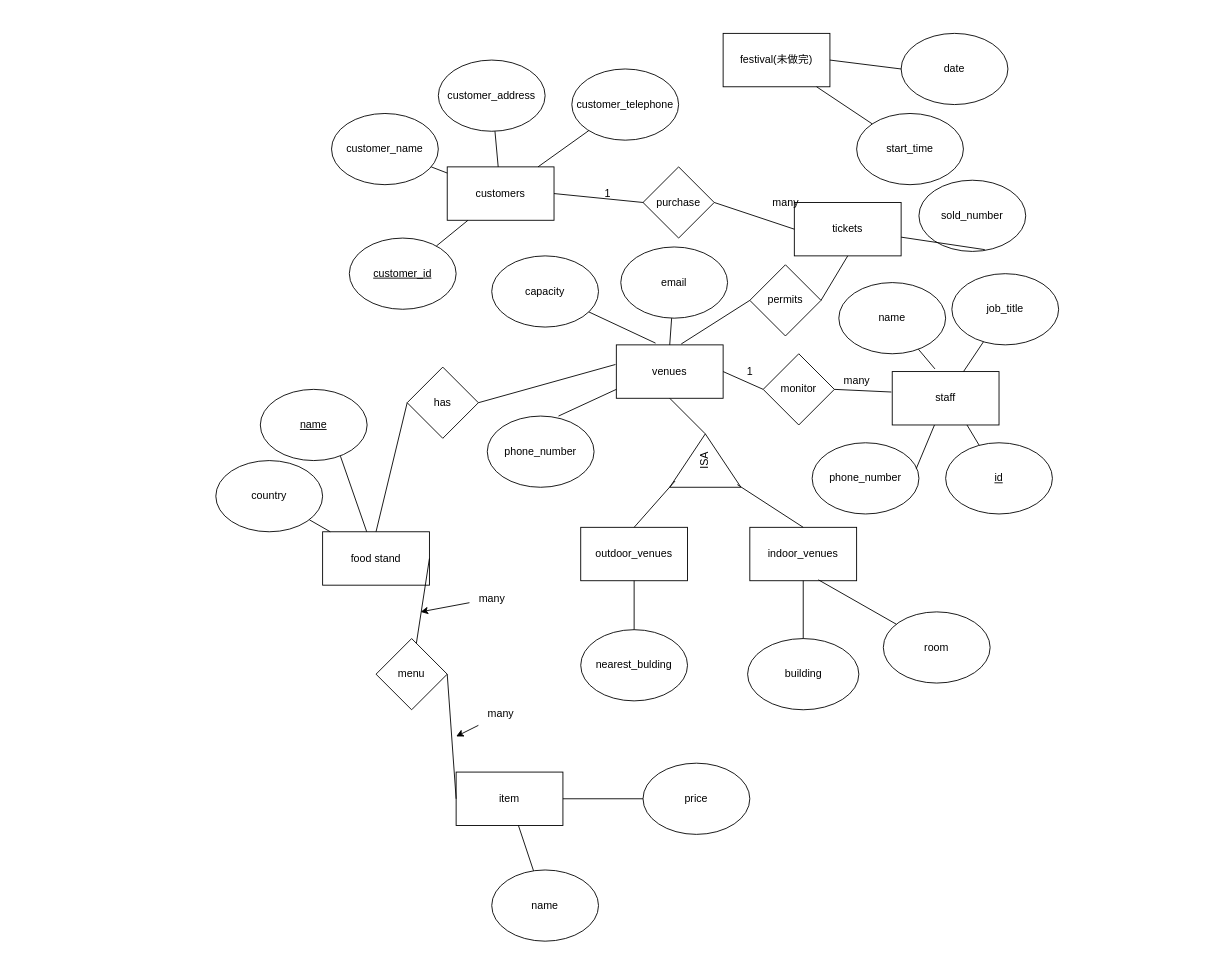
Earlier version of the draw.io diagram dataweek1.drawio (clostea/draw). Source tidied: cells renumbered, new cells numbered last; positions are measured from the earlier drawing's top-left corner, leaving out a move shared by most shapes. Both pictures are drawn from the tidied source at 89%, with x=0, y=0 at pixel (215, 33).
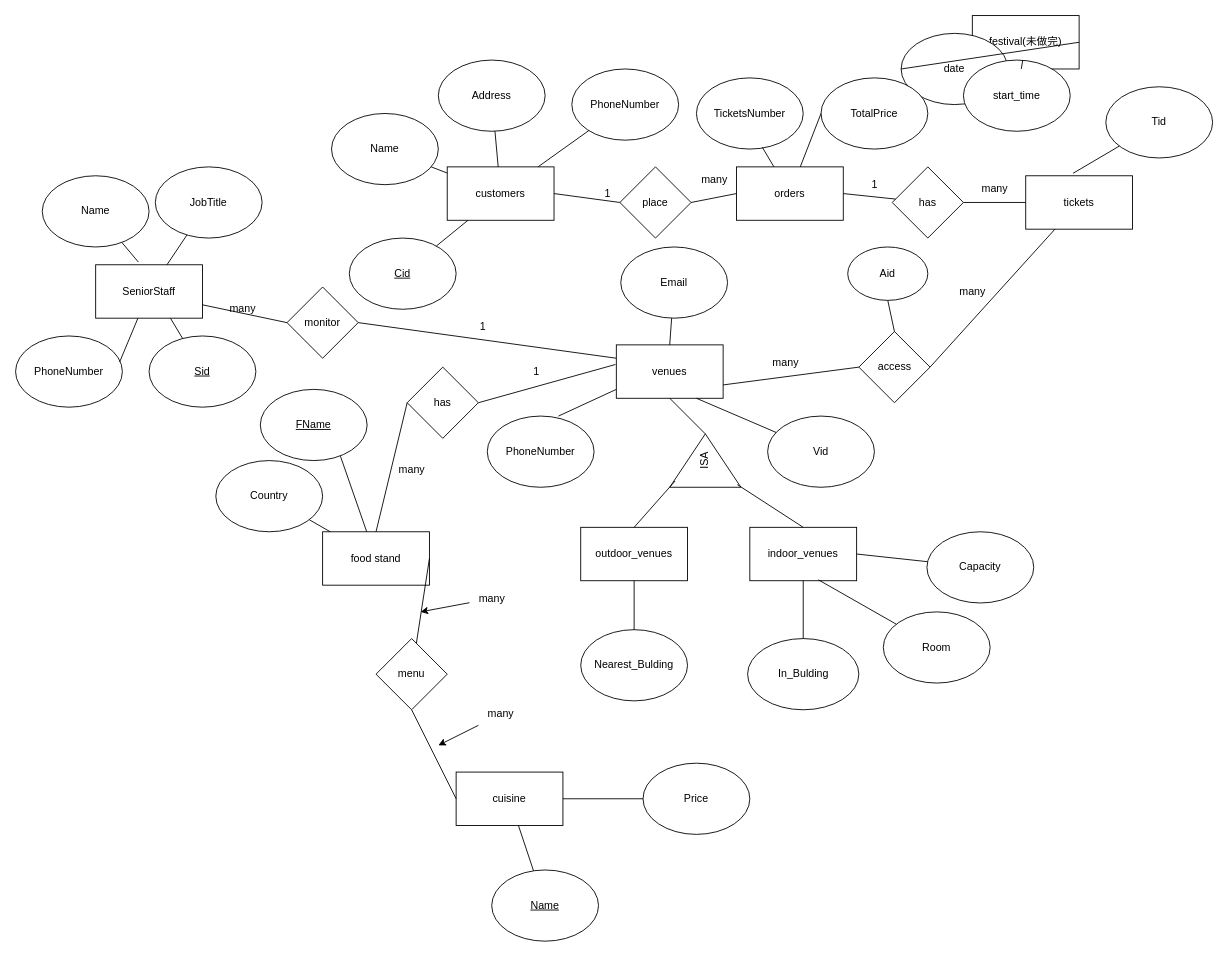
Above is the later version.

The change refers to these unchanged cells:
```xml
<mxCell id="5" value="venues" style="rounded=0;whiteSpace=wrap;html=1;" parent="1" vertex="1">
  <mxGeometry x="450" y="350" width="120" height="60" as="geometry" />
</mxCell>
<mxCell id="28" value="menu" style="rhombus;whiteSpace=wrap;html=1;" parent="1" vertex="1">
  <mxGeometry x="180" y="680" width="80" height="80" as="geometry" />
</mxCell>
<mxCell id="40" value="many" style="text;html=1;align=center;verticalAlign=middle;points=[];strokeColor=none;fillColor=none;" parent="1" vertex="1">
  <mxGeometry x="295" y="750" width="50" height="30" as="geometry" />
</mxCell>
<mxCell id="50" value="indoor_venues" style="rounded=0;whiteSpace=wrap;html=1;" parent="1" vertex="1">
  <mxGeometry x="600" y="555" width="120" height="60" as="geometry" />
</mxCell>
```

Diff of the diagram source:
```diff
@@
-    <mxCell id="3" value="tickets" style="rounded=0;whiteSpace=wrap;html=1;" parent="1" vertex="1">
-      <mxGeometry x="650" y="190" width="120" height="60" as="geometry" />
+    <mxCell id="3" value="orders" style="rounded=0;whiteSpace=wrap;html=1;" parent="1" vertex="1">
+      <mxGeometry x="585" y="150" width="120" height="60" as="geometry" />
     </mxCell>
@@
-    <mxCell id="6" value="customer_name" style="ellipse;whiteSpace=wrap;html=1;" parent="1" vertex="1">
+    <mxCell id="6" value="Name" style="ellipse;whiteSpace=wrap;html=1;" parent="1" vertex="1">
       <mxGeometry x="130" y="90" width="120" height="80" as="geometry" />
     </mxCell>
-    <mxCell id="7" value="customer_address" style="ellipse;whiteSpace=wrap;html=1;" parent="1" vertex="1">
+    <mxCell id="7" value="Address" style="ellipse;whiteSpace=wrap;html=1;" parent="1" vertex="1">
       <mxGeometry x="250" y="30" width="120" height="80" as="geometry" />
     </mxCell>
-    <mxCell id="8" value="customer_telephone" style="ellipse;whiteSpace=wrap;html=1;" parent="1" vertex="1">
+    <mxCell id="8" value="PhoneNumber" style="ellipse;whiteSpace=wrap;html=1;" parent="1" vertex="1">
       <mxGeometry x="400" y="40" width="120" height="80" as="geometry" />
     </mxCell>
-    <mxCell id="9" value="item" style="rounded=0;whiteSpace=wrap;html=1;" parent="1" vertex="1">
+    <mxCell id="9" value="cuisine" style="rounded=0;whiteSpace=wrap;html=1;" parent="1" vertex="1">
       <mxGeometry x="270" y="830" width="120" height="60" as="geometry" />
     </mxCell>
-    <mxCell id="10" value="price" style="ellipse;whiteSpace=wrap;html=1;" parent="1" vertex="1">
+    <mxCell id="10" value="Price" style="ellipse;whiteSpace=wrap;html=1;" parent="1" vertex="1">
       <mxGeometry x="480" y="820" width="120" height="80" as="geometry" />
     </mxCell>
-    <mxCell id="11" value="&lt;u&gt;customer_id&lt;/u&gt;" style="ellipse;whiteSpace=wrap;html=1;" parent="1" vertex="1">
+    <mxCell id="11" value="&lt;u&gt;Cid&lt;/u&gt;" style="ellipse;whiteSpace=wrap;html=1;" parent="1" vertex="1">
       <mxGeometry x="150" y="230" width="120" height="80" as="geometry" />
     </mxCell>
-    <mxCell id="12" value="sold_number" style="ellipse;whiteSpace=wrap;html=1;" parent="1" vertex="1">
-      <mxGeometry x="790" y="165" width="120" height="80" as="geometry" />
+    <mxCell id="12" value="TicketsNumber" style="ellipse;whiteSpace=wrap;html=1;" parent="1" vertex="1">
+      <mxGeometry x="540" y="50" width="120" height="80" as="geometry" />
     </mxCell>
@@
-    <mxCell id="19" value="purchase" style="rhombus;whiteSpace=wrap;html=1;" parent="1" vertex="1">
-      <mxGeometry x="480" y="150" width="80" height="80" as="geometry" />
+    <mxCell id="19" value="place" style="rhombus;whiteSpace=wrap;html=1;" parent="1" vertex="1">
+      <mxGeometry x="454" y="150" width="80" height="80" as="geometry" />
     </mxCell>
@@
     <mxCell id="23" value="many" style="text;html=1;align=center;verticalAlign=middle;strokeColor=none;fillColor=none;" parent="1" vertex="1">
-      <mxGeometry x="615" y="175" width="50" height="30" as="geometry" />
+      <mxGeometry x="535" y="150" width="50" height="30" as="geometry" />
     </mxCell>
-    <mxCell id="24" value="&lt;u&gt;name&lt;/u&gt;" style="ellipse;whiteSpace=wrap;html=1;" parent="1" vertex="1">
+    <mxCell id="24" value="&lt;u&gt;FName&lt;/u&gt;" style="ellipse;whiteSpace=wrap;html=1;" parent="1" vertex="1">
       <mxGeometry x="50" y="400" width="120" height="80" as="geometry" />
     </mxCell>
@@
-    <mxCell id="26" value="country" style="ellipse;whiteSpace=wrap;html=1;" parent="1" vertex="1">
+    <mxCell id="26" value="Country" style="ellipse;whiteSpace=wrap;html=1;" parent="1" vertex="1">
       <mxGeometry y="480" width="120" height="80" as="geometry" />
     </mxCell>
@@
-    <mxCell id="30" style="endArrow=none;html=1;rounded=0;entryX=0;entryY=0.5;entryDx=0;entryDy=0;exitX=1;exitY=0.5;exitDx=0;exitDy=0;" parent="1" edge="1" source="28" target="9">
+    <mxCell id="30" style="endArrow=none;html=1;rounded=0;entryX=0;entryY=0.5;entryDx=0;entryDy=0;exitX=0.5;exitY=1;exitDx=0;exitDy=0;" parent="1" edge="1" source="28" target="9">
       <mxGeometry relative="1" as="geometry" />
     </mxCell>
-    <mxCell id="31" value="permits" style="rhombus;whiteSpace=wrap;html=1;" parent="1" vertex="1">
-      <mxGeometry x="600" y="260" width="80" height="80" as="geometry" />
-    </mxCell>
-    <mxCell id="32" style="endArrow=none;html=1;rounded=0;entryX=0.5;entryY=1;entryDx=0;entryDy=0;exitX=1;exitY=0.5;exitDx=0;exitDy=0;" parent="1" edge="1" source="31" target="3">
-      <mxGeometry relative="1" as="geometry" />
-    </mxCell>
-    <mxCell id="33" style="endArrow=none;html=1;rounded=0;entryX=0;entryY=0.5;entryDx=0;entryDy=0;exitX=0.608;exitY=-0.017;exitDx=0;exitDy=0;exitPerimeter=0;" parent="1" edge="1" source="5" target="31">
-      <mxGeometry relative="1" as="geometry" />
-    </mxCell>
@@
     <mxCell id="39" style="edgeStyle=none;rounded=0;jettySize=auto;html=1;" parent="1" edge="1" source="40">
       <mxGeometry relative="1" as="geometry">
-        <mxPoint x="270" y="790" as="targetPoint" />
+        <mxPoint x="250" y="800" as="targetPoint" />
       </mxGeometry>
     </mxCell>
@@
-    <mxCell id="41" value="capacity" style="ellipse;whiteSpace=wrap;html=1;" parent="1" vertex="1">
-      <mxGeometry x="310" y="250" width="120" height="80" as="geometry" />
+    <mxCell id="41" value="Capacity" style="ellipse;whiteSpace=wrap;html=1;" parent="1" vertex="1">
+      <mxGeometry x="799" y="560" width="120" height="80" as="geometry" />
     </mxCell>
-    <mxCell id="42" style="endArrow=none;html=1;rounded=0;entryX=0.367;entryY=-0.033;entryDx=0;entryDy=0;entryPerimeter=0;" parent="1" edge="1" source="41" target="5">
+    <mxCell id="42" style="endArrow=none;html=1;rounded=0;entryX=1;entryY=0.5;entryDx=0;entryDy=0;" parent="1" edge="1" source="41" target="50">
       <mxGeometry relative="1" as="geometry" />
     </mxCell>
-    <mxCell id="43" value="phone_number" style="ellipse;whiteSpace=wrap;html=1;" parent="1" vertex="1">
+    <mxCell id="43" value="PhoneNumber" style="ellipse;whiteSpace=wrap;html=1;" parent="1" vertex="1">
       <mxGeometry x="305" y="430" width="120" height="80" as="geometry" />
     </mxCell>
@@
-    <mxCell id="45" value="email" style="ellipse;whiteSpace=wrap;html=1;" parent="1" vertex="1">
+    <mxCell id="45" value="Email" style="ellipse;whiteSpace=wrap;html=1;" parent="1" vertex="1">
       <mxGeometry x="455" y="240" width="120" height="80" as="geometry" />
     </mxCell>
@@
-    <mxCell id="53" value="building" style="ellipse;whiteSpace=wrap;html=1;rounded=0;" parent="1" vertex="1">
+    <mxCell id="53" value="In_Bulding" style="ellipse;whiteSpace=wrap;html=1;rounded=0;" parent="1" vertex="1">
       <mxGeometry x="597.5" y="680" width="125" height="80" as="geometry" />
     </mxCell>
-    <mxCell id="54" value="room" style="ellipse;whiteSpace=wrap;html=1;" parent="1" vertex="1">
+    <mxCell id="54" value="Room" style="ellipse;whiteSpace=wrap;html=1;" parent="1" vertex="1">
       <mxGeometry x="750" y="650" width="120" height="80" as="geometry" />
     </mxCell>
@@
-    <mxCell id="57" value="nearest_bulding" style="ellipse;whiteSpace=wrap;html=1;" parent="1" vertex="1">
+    <mxCell id="57" value="Nearest_Bulding" style="ellipse;whiteSpace=wrap;html=1;" parent="1" vertex="1">
       <mxGeometry x="410" y="670" width="120" height="80" as="geometry" />
     </mxCell>
@@
-    <mxCell id="59" value="staff" style="rounded=0;whiteSpace=wrap;html=1;" parent="1" vertex="1">
-      <mxGeometry x="760" y="380" width="120" height="60" as="geometry" />
+    <mxCell id="59" value="SeniorStaff" style="rounded=0;whiteSpace=wrap;html=1;" parent="1" vertex="1">
+      <mxGeometry x="-135" y="260" width="120" height="60" as="geometry" />
     </mxCell>
-    <mxCell id="60" value="phone_number" style="ellipse;whiteSpace=wrap;html=1;" parent="1" vertex="1">
-      <mxGeometry x="670" y="460" width="120" height="80" as="geometry" />
+    <mxCell id="60" value="PhoneNumber" style="ellipse;whiteSpace=wrap;html=1;" parent="1" vertex="1">
+      <mxGeometry x="-225" y="340" width="120" height="80" as="geometry" />
     </mxCell>
-    <mxCell id="61" value="&lt;u&gt;id&lt;/u&gt;" style="ellipse;whiteSpace=wrap;html=1;" parent="1" vertex="1">
-      <mxGeometry x="820" y="460" width="120" height="80" as="geometry" />
+    <mxCell id="61" value="&lt;u&gt;Sid&lt;/u&gt;" style="ellipse;whiteSpace=wrap;html=1;" parent="1" vertex="1">
+      <mxGeometry x="-75" y="340" width="120" height="80" as="geometry" />
     </mxCell>
-    <mxCell id="62" value="name" style="ellipse;whiteSpace=wrap;html=1;" parent="1" vertex="1">
-      <mxGeometry x="700" y="280" width="120" height="80" as="geometry" />
+    <mxCell id="62" value="Name" style="ellipse;whiteSpace=wrap;html=1;" parent="1" vertex="1">
+      <mxGeometry x="-195" y="160" width="120" height="80" as="geometry" />
     </mxCell>
     <mxCell id="63" value="monitor" style="rhombus;whiteSpace=wrap;html=1;" parent="1" vertex="1">
-      <mxGeometry x="615" y="360" width="80" height="80" as="geometry" />
+      <mxGeometry x="80" y="285" width="80" height="80" as="geometry" />
     </mxCell>
-    <mxCell id="64" style="endArrow=none;html=1;rounded=0;entryX=0;entryY=0.5;entryDx=0;entryDy=0;exitX=1;exitY=0.5;exitDx=0;exitDy=0;" parent="1" edge="1" source="5" target="63">
-      <mxGeometry relative="1" as="geometry" />
-    </mxCell>
-    <mxCell id="65" style="endArrow=none;html=1;rounded=0;entryX=-0.008;entryY=0.383;entryDx=0;entryDy=0;entryPerimeter=0;exitX=1;exitY=0.5;exitDx=0;exitDy=0;" parent="1" edge="1" source="63" target="59">
-      <mxGeometry relative="1" as="geometry" />
-    </mxCell>
-    <mxCell id="66" value="1" style="text;html=1;align=center;verticalAlign=middle;strokeColor=none;fillColor=none;" parent="1" vertex="1">
-      <mxGeometry x="585" y="365" width="30" height="30" as="geometry" />
-    </mxCell>
-    <mxCell id="67" value="many" style="text;html=1;align=center;verticalAlign=middle;strokeColor=none;fillColor=none;" parent="1" vertex="1">
-      <mxGeometry x="695" y="375" width="50" height="30" as="geometry" />
-    </mxCell>
@@
-    <mxCell id="71" value="job_title" style="ellipse;whiteSpace=wrap;html=1;" parent="1" vertex="1">
-      <mxGeometry x="827" y="270" width="120" height="80" as="geometry" />
+    <mxCell id="71" value="JobTitle" style="ellipse;whiteSpace=wrap;html=1;" parent="1" vertex="1">
+      <mxGeometry x="-68" y="150" width="120" height="80" as="geometry" />
     </mxCell>
@@
-    <mxCell id="73" value="name" style="ellipse;whiteSpace=wrap;html=1;" parent="1" vertex="1">
+    <mxCell id="73" value="&lt;u&gt;Name&lt;/u&gt;" style="ellipse;whiteSpace=wrap;html=1;" parent="1" vertex="1">
       <mxGeometry x="310" y="940" width="120" height="80" as="geometry" />
     </mxCell>
@@
     <mxCell id="75" value="festival(未做完)" style="rounded=0;whiteSpace=wrap;html=1;" parent="1" vertex="1">
-      <mxGeometry x="570" width="120" height="60" as="geometry" />
+      <mxGeometry x="850" y="-20" width="120" height="60" as="geometry" />
     </mxCell>
@@
     <mxCell id="77" value="start_time" style="ellipse;whiteSpace=wrap;html=1;" parent="1" vertex="1">
-      <mxGeometry x="720" y="90" width="120" height="80" as="geometry" />
+      <mxGeometry x="840" y="30" width="120" height="80" as="geometry" />
     </mxCell>
@@
+    <mxCell id="80" value="1" style="text;html=1;align=center;verticalAlign=middle;strokeColor=none;fillColor=none;" parent="1" vertex="1">
+      <mxGeometry x="345" y="365" width="30" height="30" as="geometry" />
+    </mxCell>
+    <mxCell id="81" value="many" style="text;html=1;align=center;verticalAlign=middle;strokeColor=none;fillColor=none;" parent="1" vertex="1">
+      <mxGeometry x="195" y="475" width="50" height="30" as="geometry" />
+    </mxCell>
+    <mxCell id="82" value="TotalPrice" style="ellipse;whiteSpace=wrap;html=1;" parent="1" vertex="1">
+      <mxGeometry x="680" y="50" width="120" height="80" as="geometry" />
+    </mxCell>
+    <mxCell id="83" style="endArrow=none;html=1;rounded=0;entryX=0;entryY=0.5;entryDx=0;entryDy=0;" parent="1" edge="1" source="3" target="82">
+      <mxGeometry relative="1" as="geometry" />
+    </mxCell>
+    <mxCell id="84" value="tickets" style="rounded=0;whiteSpace=wrap;html=1;" parent="1" vertex="1">
+      <mxGeometry x="910" y="160" width="120" height="60" as="geometry" />
+    </mxCell>
+    <mxCell id="85" value="has" style="rhombus;whiteSpace=wrap;html=1;" parent="1" vertex="1">
+      <mxGeometry x="760" y="150" width="80" height="80" as="geometry" />
+    </mxCell>
+    <mxCell id="86" style="endArrow=none;html=1;rounded=0;exitX=1;exitY=0.5;exitDx=0;exitDy=0;" parent="1" edge="1" source="3" target="85">
+      <mxGeometry relative="1" as="geometry" />
+    </mxCell>
+    <mxCell id="87" style="endArrow=none;html=1;rounded=0;entryX=0;entryY=0.5;entryDx=0;entryDy=0;exitX=1;exitY=0.5;exitDx=0;exitDy=0;" parent="1" edge="1" source="85" target="84">
+      <mxGeometry relative="1" as="geometry" />
+    </mxCell>
+    <mxCell id="88" value="Tid" style="ellipse;whiteSpace=wrap;html=1;" parent="1" vertex="1">
+      <mxGeometry x="1000" y="60" width="120" height="80" as="geometry" />
+    </mxCell>
+    <mxCell id="89" style="endArrow=none;html=1;rounded=0;exitX=0.443;exitY=-0.046;exitDx=0;exitDy=0;exitPerimeter=0;" parent="1" edge="1" source="84" target="88">
+      <mxGeometry relative="1" as="geometry" />
+    </mxCell>
+    <mxCell id="90" value="access" style="rhombus;whiteSpace=wrap;html=1;" parent="1" vertex="1">
+      <mxGeometry x="722.5" y="335" width="80" height="80" as="geometry" />
+    </mxCell>
+    <mxCell id="64" style="endArrow=none;html=1;rounded=0;entryX=1;entryY=0.5;entryDx=0;entryDy=0;exitX=0;exitY=0.25;exitDx=0;exitDy=0;" parent="1" edge="1" source="5" target="63">
+      <mxGeometry relative="1" as="geometry" />
+    </mxCell>
+    <mxCell id="65" style="endArrow=none;html=1;rounded=0;entryX=1;entryY=0.75;entryDx=0;entryDy=0;exitX=0;exitY=0.5;exitDx=0;exitDy=0;" parent="1" edge="1" source="63" target="59">
+      <mxGeometry relative="1" as="geometry" />
+    </mxCell>
+    <mxCell id="91" style="endArrow=none;html=1;rounded=0;exitX=1;exitY=0.75;exitDx=0;exitDy=0;entryX=0;entryY=0.5;entryDx=0;entryDy=0;" parent="1" edge="1" source="5" target="90">
+      <mxGeometry relative="1" as="geometry" />
+    </mxCell>
+    <mxCell id="92" style="endArrow=none;html=1;rounded=0;exitX=1;exitY=0.5;exitDx=0;exitDy=0;" parent="1" edge="1" source="90" target="84">
+      <mxGeometry relative="1" as="geometry" />
+    </mxCell>
+    <mxCell id="93" value="Aid" style="ellipse;whiteSpace=wrap;html=1;" parent="1" vertex="1">
+      <mxGeometry x="710" y="240" width="90" height="60" as="geometry" />
+    </mxCell>
+    <mxCell id="94" value="1" style="text;html=1;align=center;verticalAlign=middle;strokeColor=none;fillColor=none;" parent="1" vertex="1">
+      <mxGeometry x="725" y="155" width="30" height="30" as="geometry" />
+    </mxCell>
+    <mxCell id="95" value="many" style="text;html=1;align=center;verticalAlign=middle;strokeColor=none;fillColor=none;" parent="1" vertex="1">
+      <mxGeometry x="850" y="160" width="50" height="30" as="geometry" />
+    </mxCell>
+    <mxCell id="96" style="endArrow=none;html=1;rounded=0;exitX=0.5;exitY=0;exitDx=0;exitDy=0;entryX=0.5;entryY=1;entryDx=0;entryDy=0;" parent="1" edge="1" source="90" target="93">
+      <mxGeometry relative="1" as="geometry" />
+    </mxCell>
+    <mxCell id="97" value="many" style="text;html=1;align=center;verticalAlign=middle;strokeColor=none;fillColor=none;" parent="1" vertex="1">
+      <mxGeometry x="825" y="275" width="50" height="30" as="geometry" />
+    </mxCell>
+    <mxCell id="98" value="many" style="text;html=1;align=center;verticalAlign=middle;strokeColor=none;fillColor=none;" parent="1" vertex="1">
+      <mxGeometry x="615" y="355" width="50" height="30" as="geometry" />
+    </mxCell>
+    <mxCell id="99" value="1" style="text;html=1;align=center;verticalAlign=middle;strokeColor=none;fillColor=none;" parent="1" vertex="1">
+      <mxGeometry x="285" y="315" width="30" height="30" as="geometry" />
+    </mxCell>
+    <mxCell id="100" value="many" style="text;html=1;align=center;verticalAlign=middle;strokeColor=none;fillColor=none;" parent="1" vertex="1">
+      <mxGeometry x="5" y="295" width="50" height="30" as="geometry" />
+    </mxCell>
+    <mxCell id="101" value="Vid" style="ellipse;whiteSpace=wrap;html=1;" parent="1" vertex="1">
+      <mxGeometry x="620" y="430" width="120" height="80" as="geometry" />
+    </mxCell>
+    <mxCell id="102" style="endArrow=none;html=1;rounded=0;entryX=0.75;entryY=1;entryDx=0;entryDy=0;" parent="1" edge="1" source="101" target="5">
+      <mxGeometry relative="1" as="geometry" />
+    </mxCell>
```
